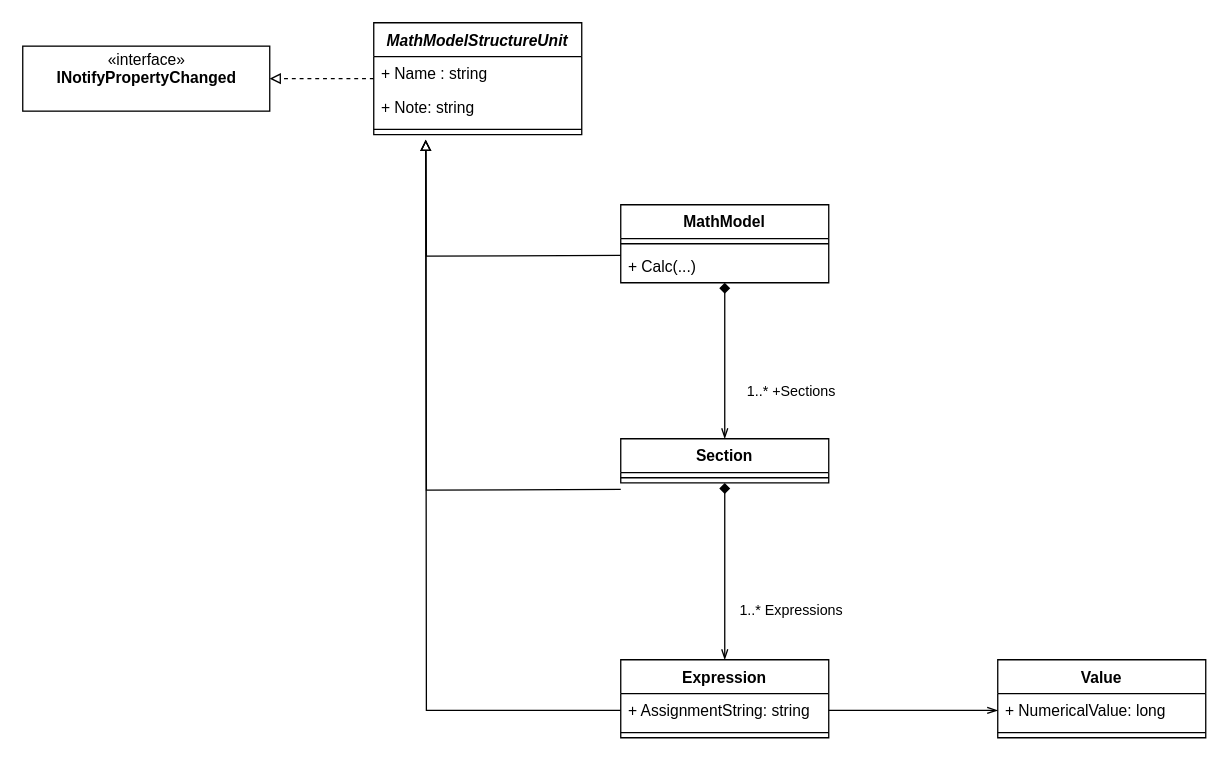
Above: Architektur/MathModels.drawio in tocto/Schrittmacher (draw.io), before the change. Source tidied: cells renumbered, new cells numbered last; positions are measured from the earlier drawing's top-left corner, leaving out a move shared by most shapes. Both pictures are drawn from the tidied source at 130%, with x=0, y=0 at pixel (22, 22).
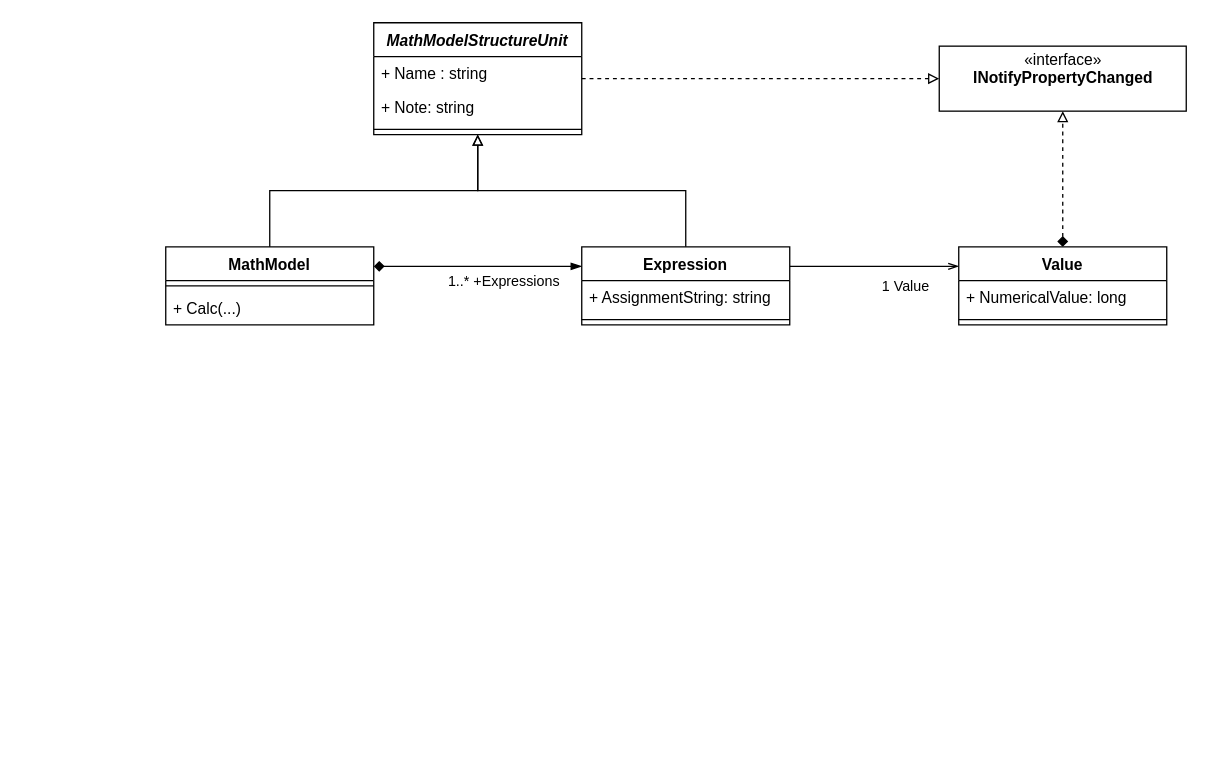
After the change.

Commit message (it also covers changes not shown here):
established basic math model logic including third party equation solver

Unchanged cells that the change refers to:
```xml
<mxCell id="7" value="MathModelStructureUnit" style="swimlane;fontStyle=3;align=center;verticalAlign=top;horizontal=1;startSize=26;" parent="1" vertex="1">
  <mxGeometry x="270" width="160" height="86" as="geometry" />
</mxCell>
<mxCell id="18" value="+ AssignmentString: string" style="text;strokeColor=none;fillColor=none;align=left;verticalAlign=top;spacingLeft=4;spacingRight=4;overflow=hidden;points=[[0,0.5],[1,0.5]];portConstraint=eastwest;" parent="17" vertex="1">
  <mxGeometry y="26" width="160" height="26" as="geometry" />
</mxCell>
```

Change to the diagram source:
```diff
@@
-    <mxCell id="2" style="edgeStyle=orthogonalEdgeStyle;rounded=0;jettySize=auto;html=1;entryX=0.5;entryY=0;entryDx=0;entryDy=0;startArrow=diamond;startFill=1;endArrow=openThin;endFill=0;" parent="1" edge="1" source="4" target="17">
-      <mxGeometry relative="1" as="geometry" />
-    </mxCell>
-    <mxCell id="3" value="1..* Expressions" style="edgeLabel;html=1;align=center;verticalAlign=middle;" parent="2" vertex="1">
-      <mxGeometry x="0.26" y="1" relative="1" as="geometry">
-        <mxPoint x="49" y="11" as="offset" />
-      </mxGeometry>
-    </mxCell>
-    <mxCell id="4" value="Section" style="swimlane;fontStyle=1;align=center;verticalAlign=top;horizontal=1;startSize=26;" parent="1" vertex="1">
-      <mxGeometry x="460" y="320" width="160" height="34" as="geometry" />
-    </mxCell>
-    <mxCell id="5" style="line;strokeWidth=1;fillColor=none;align=left;verticalAlign=middle;spacingTop=-1;spacingLeft=3;spacingRight=3;labelPosition=right;" parent="4" vertex="1">
-      <mxGeometry y="26" width="160" height="8" as="geometry" />
-    </mxCell>
@@
-    <mxCell id="11" style="edgeStyle=orthogonalEdgeStyle;rounded=0;jettySize=auto;html=1;entryX=0.5;entryY=0;entryDx=0;entryDy=0;endArrow=openThin;endFill=0;startArrow=diamond;startFill=1;shadow=0;sketch=0;" parent="1" edge="1" source="13" target="4">
-      <mxGeometry relative="1" as="geometry" />
-    </mxCell>
-    <mxCell id="12" value="1..* +Sections" style="edgeLabel;html=1;align=center;verticalAlign=middle;" parent="11" vertex="1">
-      <mxGeometry x="-0.26" y="-1" relative="1" as="geometry">
-        <mxPoint x="51" y="39" as="offset" />
-      </mxGeometry>
-    </mxCell>
+    <mxCell id="27" style="edgeStyle=orthogonalEdgeStyle;rounded=0;sketch=0;jettySize=auto;html=1;entryX=0;entryY=0.25;entryDx=0;entryDy=0;shadow=0;startArrow=diamond;startFill=1;endArrow=blockThin;endFill=1;exitX=1;exitY=0.25;exitDx=0;exitDy=0;" parent="1" edge="1" source="13" target="17">
+      <mxGeometry relative="1" as="geometry" />
+    </mxCell>
+    <mxCell id="28" value="1..* +Expressions" style="edgeLabel;html=1;align=center;verticalAlign=middle;" parent="27" vertex="1">
+      <mxGeometry x="0.68" y="-2" relative="1" as="geometry">
+        <mxPoint x="-35" y="9" as="offset" />
+      </mxGeometry>
+    </mxCell>
     <mxCell id="13" value="MathModel" style="swimlane;fontStyle=1;align=center;verticalAlign=top;horizontal=1;startSize=26;" parent="1" vertex="1">
-      <mxGeometry x="460" y="140" width="160" height="60" as="geometry" />
+      <mxGeometry x="110" y="172.4" width="160" height="60" as="geometry" />
     </mxCell>
@@
-    <mxCell id="16" style="edgeStyle=orthogonalEdgeStyle;rounded=0;sketch=0;jettySize=auto;html=1;entryX=0;entryY=0.5;entryDx=0;entryDy=0;shadow=0;startArrow=none;startFill=0;endArrow=openThin;endFill=0;exitX=1;exitY=0.5;exitDx=0;exitDy=0;" parent="1" edge="1" source="18">
+    <mxCell id="16" style="edgeStyle=orthogonalEdgeStyle;rounded=0;sketch=0;jettySize=auto;html=1;entryX=0;entryY=0.25;entryDx=0;entryDy=0;shadow=0;startArrow=none;startFill=0;endArrow=openThin;endFill=0;exitX=1;exitY=0.25;exitDx=0;exitDy=0;" parent="1" edge="1" source="17" target="23">
       <mxGeometry relative="1" as="geometry">
-        <mxPoint x="750" y="529" as="targetPoint" />
+        <Array as="points">
+          <mxPoint x="690" y="187.4" />
+          <mxPoint x="690" y="187.4" />
+        </Array>
       </mxGeometry>
     </mxCell>
+    <mxCell id="29" value="1 Value" style="edgeLabel;html=1;align=center;verticalAlign=middle;" parent="16" vertex="1">
+      <mxGeometry x="0.35" relative="1" as="geometry">
+        <mxPoint y="15" as="offset" />
+      </mxGeometry>
+    </mxCell>
     <mxCell id="17" value="Expression" style="swimlane;fontStyle=1;align=center;verticalAlign=top;horizontal=1;startSize=26;" parent="1" vertex="1">
-      <mxGeometry x="460" y="490" width="160" height="60" as="geometry" />
+      <mxGeometry x="430" y="172.4" width="160" height="60" as="geometry" />
     </mxCell>
@@
-    <mxCell id="20" style="edgeStyle=orthogonalEdgeStyle;rounded=0;orthogonalLoop=1;jettySize=auto;html=1;endArrow=block;endFill=0;" parent="1" edge="1">
-      <mxGeometry relative="1" as="geometry">
-        <mxPoint x="460" y="179" as="sourcePoint" />
-        <mxPoint x="310" y="90" as="targetPoint" />
-      </mxGeometry>
+    <mxCell id="20" style="edgeStyle=orthogonalEdgeStyle;rounded=0;jettySize=auto;html=1;endArrow=block;endFill=0;exitX=0.5;exitY=0;exitDx=0;exitDy=0;" parent="1" edge="1" source="17" target="7">
+      <mxGeometry relative="1" as="geometry" />
     </mxCell>
-    <mxCell id="21" style="edgeStyle=orthogonalEdgeStyle;rounded=0;orthogonalLoop=1;jettySize=auto;html=1;exitX=0;exitY=0.5;exitDx=0;exitDy=0;endArrow=block;endFill=0;" parent="1" edge="1">
-      <mxGeometry relative="1" as="geometry">
-        <mxPoint x="460" y="359" as="sourcePoint" />
-        <mxPoint x="310" y="90" as="targetPoint" />
-      </mxGeometry>
-    </mxCell>
-    <mxCell id="22" style="edgeStyle=orthogonalEdgeStyle;rounded=0;jettySize=auto;html=1;endArrow=block;endFill=0;" parent="1" edge="1" source="18">
-      <mxGeometry relative="1" as="geometry">
-        <mxPoint x="310" y="90" as="targetPoint" />
-      </mxGeometry>
+    <mxCell id="22" style="edgeStyle=orthogonalEdgeStyle;rounded=0;jettySize=auto;html=1;endArrow=block;endFill=0;exitX=0.5;exitY=0;exitDx=0;exitDy=0;" parent="1" edge="1" source="13" target="7">
+      <mxGeometry relative="1" as="geometry" />
     </mxCell>
+    <mxCell id="30" style="edgeStyle=orthogonalEdgeStyle;rounded=0;sketch=0;jettySize=auto;html=1;entryX=0.5;entryY=1;entryDx=0;entryDy=0;shadow=0;startArrow=diamond;startFill=1;endArrow=block;endFill=0;dashed=1;" parent="1" edge="1" source="23" target="26">
+      <mxGeometry relative="1" as="geometry" />
+    </mxCell>
     <mxCell id="23" value="Value" style="swimlane;fontStyle=1;align=center;verticalAlign=top;horizontal=1;startSize=26;" parent="1" vertex="1">
-      <mxGeometry x="750" y="490" width="160" height="60" as="geometry" />
+      <mxGeometry x="720" y="172.4" width="160" height="60" as="geometry" />
     </mxCell>
@@
     <mxCell id="26" value="«interface»&lt;br&gt;&lt;b&gt;INotifyPropertyChanged&lt;br&gt;&lt;br&gt;&lt;/b&gt;" style="html=1;" parent="1" vertex="1">
-      <mxGeometry y="18" width="190" height="50" as="geometry" />
+      <mxGeometry x="705" y="18" width="190" height="50" as="geometry" />
     </mxCell>
```
